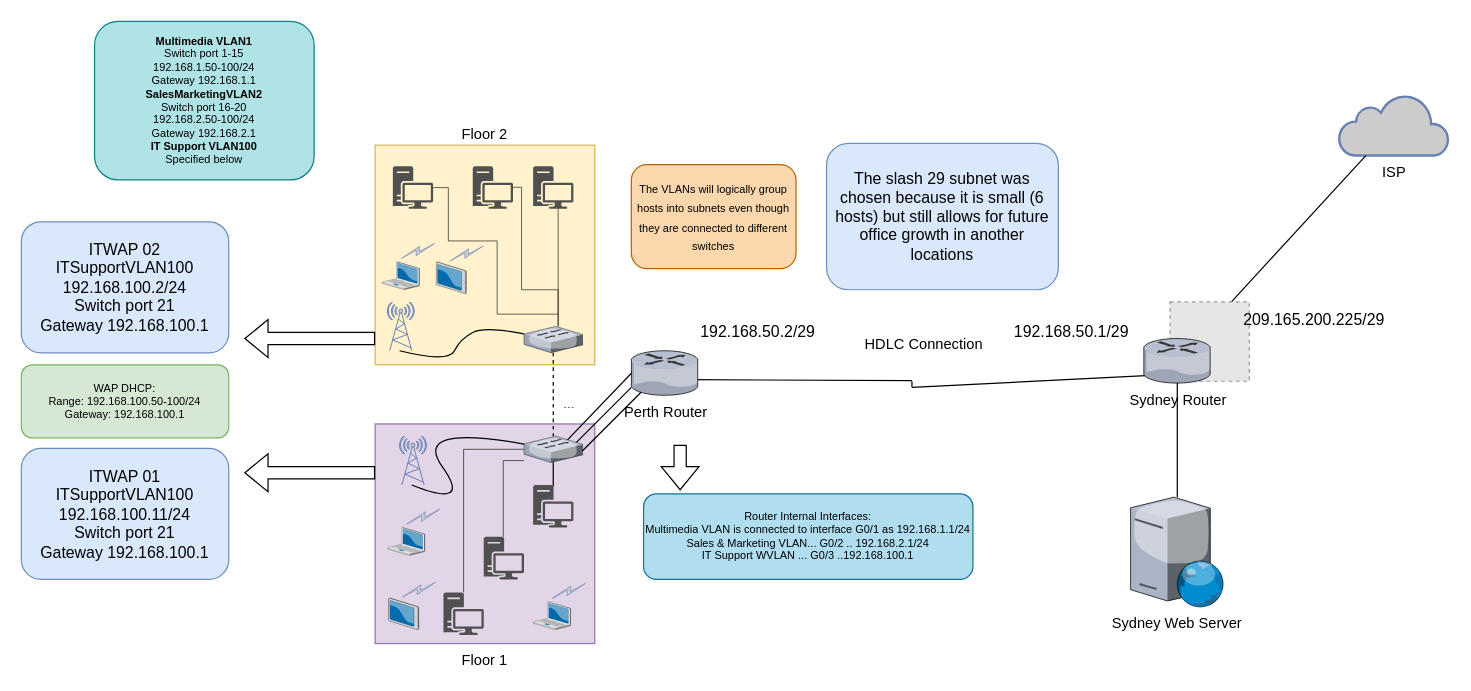
Earlier version of the draw.io diagram Case Study Diagram v1.drawio (TechWiz-3/Network-Diagrams). Source tidied: cells renumbered, new cells numbered last; positions are measured from the earlier drawing's top-left corner, leaving out a move shared by most shapes. Both pictures are drawn from the tidied source at 122%, with x=0, y=0 at pixel (21, 21). Pictures stored in the file or linked from it are replaced by grey dashed boxes.
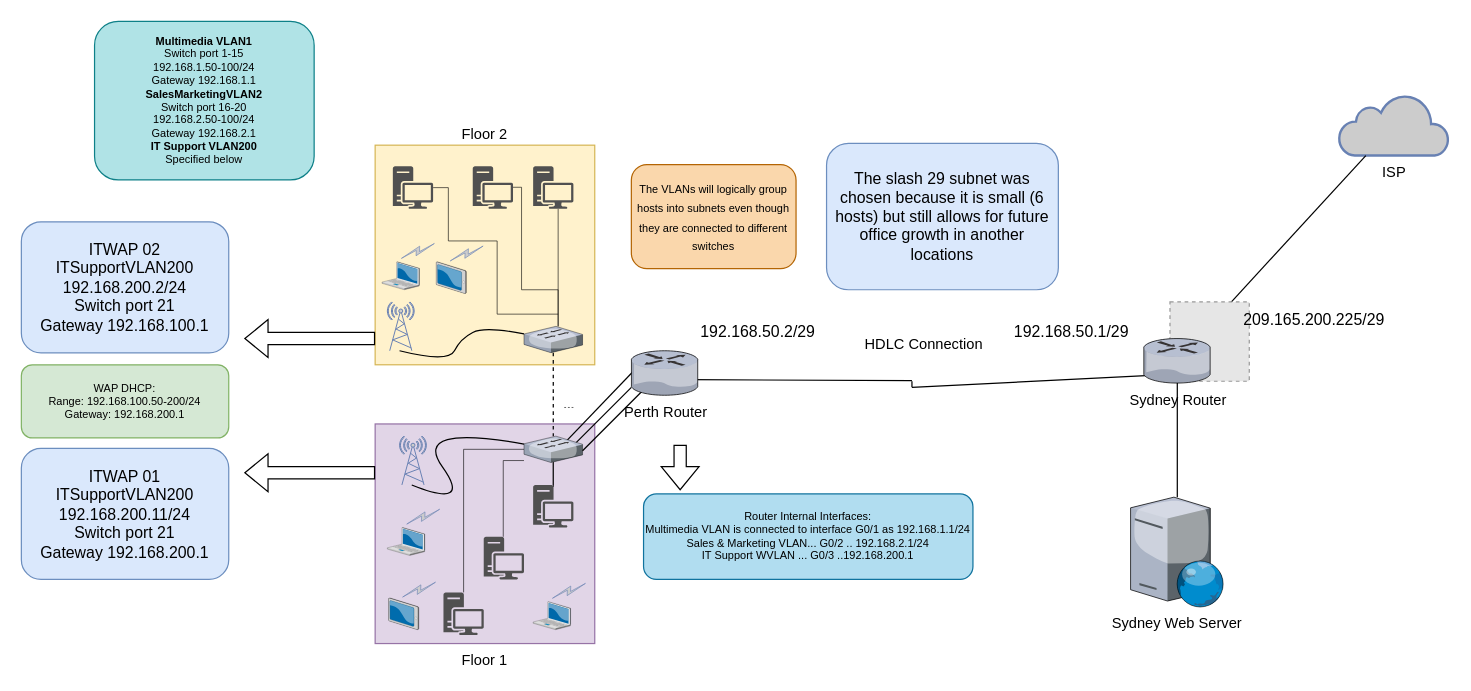
Above is the later version.

Commit message:
👌 IMPROVE: WVLAN scheme

The edit, as a diff of the source:
```diff
@@
-    <mxCell id="29" value="ITWAP 01&lt;br&gt;&lt;div&gt;ITSupportVLAN100&lt;/div&gt;&lt;div&gt;192.168.100.11/24&lt;/div&gt;&lt;div&gt;Switch port 21&lt;/div&gt;&lt;div&gt;Gateway 192.168.100.1&lt;br&gt;&lt;/div&gt;" style="rounded=1;whiteSpace=wrap;html=1;fontSize=13;strokeColor=#6c8ebf;fillColor=#dae8fc;" parent="1" vertex="1">
+    <mxCell id="29" value="ITWAP 01&lt;br&gt;&lt;div&gt;ITSupportVLAN200&lt;/div&gt;&lt;div&gt;192.168.200.11/24&lt;/div&gt;&lt;div&gt;Switch port 21&lt;/div&gt;&lt;div&gt;Gateway 192.168.200.1&lt;br&gt;&lt;/div&gt;" style="rounded=1;whiteSpace=wrap;html=1;fontSize=13;strokeColor=#6c8ebf;fillColor=#dae8fc;" parent="1" vertex="1">
       <mxGeometry y="350" width="170" height="107.4" as="geometry" />
     </mxCell>
@@
-    <mxCell id="31" value="ITWAP 02&lt;br&gt;&lt;div&gt;ITSupportVLAN100&lt;/div&gt;&lt;div&gt;192.168.100.2/24&lt;/div&gt;&lt;div&gt;Switch port 21&lt;/div&gt;&lt;div&gt;Gateway 192.168.100.1&lt;br&gt;&lt;/div&gt;" style="rounded=1;whiteSpace=wrap;html=1;fontSize=13;strokeColor=#6c8ebf;fillColor=#dae8fc;" parent="1" vertex="1">
+    <mxCell id="31" value="ITWAP 02&lt;br&gt;&lt;div&gt;ITSupportVLAN200&lt;/div&gt;&lt;div&gt;192.168.200.2/24&lt;/div&gt;&lt;div&gt;Switch port 21&lt;/div&gt;&lt;div&gt;Gateway 192.168.100.1&lt;br&gt;&lt;/div&gt;" style="rounded=1;whiteSpace=wrap;html=1;fontSize=13;strokeColor=#6c8ebf;fillColor=#dae8fc;" parent="1" vertex="1">
       <mxGeometry y="164.3" width="170" height="107.4" as="geometry" />
     </mxCell>
@@
-    <mxCell id="33" value="&lt;div&gt;WAP DHCP:&lt;/div&gt;&lt;div&gt;Range: 192.168.100.50-100/24&lt;/div&gt;&lt;div&gt;Gateway: 192.168.100.1&lt;br&gt;&lt;/div&gt;" style="rounded=1;whiteSpace=wrap;html=1;fontSize=9;strokeColor=#82b366;fillColor=#d5e8d4;" parent="1" vertex="1">
+    <mxCell id="33" value="&lt;div&gt;WAP DHCP:&lt;/div&gt;&lt;div&gt;Range: 192.168.100.50-200/24&lt;/div&gt;&lt;div&gt;Gateway: 192.168.200.1&lt;br&gt;&lt;/div&gt;" style="rounded=1;whiteSpace=wrap;html=1;fontSize=9;strokeColor=#82b366;fillColor=#d5e8d4;" parent="1" vertex="1">
       <mxGeometry y="281.5" width="170" height="60" as="geometry" />
     </mxCell>
-    <mxCell id="34" value="&lt;div&gt;Router Internal Interfaces:&lt;/div&gt;&lt;div&gt;Multimedia VLAN is connected to interface G0/1 as 192.168.1.1/24&lt;/div&gt;&lt;div&gt;Sales &amp;amp; Marketing VLAN... G0/2 .. 192.168.2.1/24&lt;/div&gt;&lt;div&gt;IT Support WVLAN ... G0/3 ..192.168.100.1&lt;br&gt;&lt;/div&gt;" style="text;html=1;strokeColor=#10739e;fillColor=#b1ddf0;align=center;verticalAlign=middle;whiteSpace=wrap;rounded=1;fontSize=9;glass=0;shadow=0;sketch=0;" parent="1" vertex="1">
+    <mxCell id="34" value="&lt;div&gt;Router Internal Interfaces:&lt;/div&gt;&lt;div&gt;Multimedia VLAN is connected to interface G0/1 as 192.168.1.1/24&lt;/div&gt;&lt;div&gt;Sales &amp;amp; Marketing VLAN... G0/2 .. 192.168.2.1/24&lt;/div&gt;&lt;div&gt;IT Support WVLAN ... G0/3 ..192.168.200.1&lt;br&gt;&lt;/div&gt;" style="text;html=1;strokeColor=#10739e;fillColor=#b1ddf0;align=center;verticalAlign=middle;whiteSpace=wrap;rounded=1;fontSize=9;glass=0;shadow=0;sketch=0;" parent="1" vertex="1">
       <mxGeometry x="510" y="387.4" width="270" height="70" as="geometry" />
     </mxCell>
@@
-    <mxCell id="62" value="&lt;div&gt;&lt;b&gt;Multimedia VLAN1&lt;/b&gt;&lt;/div&gt;&lt;div&gt;Switch port 1-15&lt;/div&gt;&lt;div&gt;192.168.1.50-100/24&lt;/div&gt;&lt;div&gt;Gateway 192.168.1.1&lt;br&gt;&lt;/div&gt;&lt;div&gt;&lt;b&gt;SalesMarketingVLAN2&lt;/b&gt;&lt;/div&gt;&lt;div&gt;Switch port 16-20&lt;br&gt;&lt;/div&gt;&lt;div&gt;192.168.2.50-100/24&lt;/div&gt;&lt;div&gt;Gateway 192.168.2.1&lt;/div&gt;&lt;div&gt;&lt;b&gt;IT Support VLAN100&lt;/b&gt;&lt;/div&gt;&lt;div&gt;Specified below&lt;br&gt;&lt;/div&gt;" style="rounded=1;whiteSpace=wrap;html=1;shadow=0;glass=0;sketch=0;fontSize=9;strokeColor=#0e8088;fillColor=#b0e3e6;" parent="1" vertex="1">
+    <mxCell id="62" value="&lt;div&gt;&lt;b&gt;Multimedia VLAN1&lt;/b&gt;&lt;/div&gt;&lt;div&gt;Switch port 1-15&lt;/div&gt;&lt;div&gt;192.168.1.50-100/24&lt;/div&gt;&lt;div&gt;Gateway 192.168.1.1&lt;br&gt;&lt;/div&gt;&lt;div&gt;&lt;b&gt;SalesMarketingVLAN2&lt;/b&gt;&lt;/div&gt;&lt;div&gt;Switch port 16-20&lt;br&gt;&lt;/div&gt;&lt;div&gt;192.168.2.50-100/24&lt;/div&gt;&lt;div&gt;Gateway 192.168.2.1&lt;/div&gt;&lt;div&gt;&lt;b&gt;IT Support VLAN200&lt;/b&gt;&lt;/div&gt;&lt;div&gt;Specified below&lt;br&gt;&lt;/div&gt;" style="rounded=1;whiteSpace=wrap;html=1;shadow=0;glass=0;sketch=0;fontSize=9;strokeColor=#0e8088;fillColor=#b0e3e6;" parent="1" vertex="1">
       <mxGeometry x="60" width="180" height="130" as="geometry" />
     </mxCell>
```
